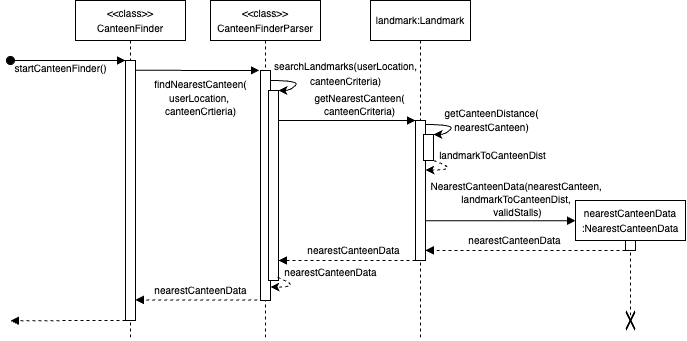
AY2425S2-CS2113-W12-2/tp keeps this draw.io diagram as docs/diagrams/CanteenFinderSequenceDiagram.drawio.png. Above is the earlier version. Source tidied: cells renumbered, new cells last; positions are measured from the earlier drawing's top-left corner, leaving out a move shared by most shapes.
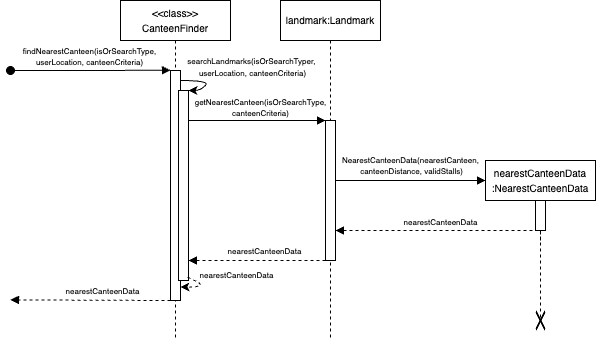
The same diagram one commit later.

Commit message:
Update DG with new Canteen Finder implementation

The edit, as a diff of the source:
```diff
@@ -2,11 +2,11 @@
   <root>
     <mxCell id="0" />
     <mxCell id="1" parent="0" />
-    <mxCell id="2" value="&lt;font style=&quot;font-size: 10px;&quot;&gt;searchLandmarks(userLocation&lt;/font&gt;&lt;span style=&quot;font-size: 10px;&quot;&gt;,&lt;/span&gt;&lt;div&gt;&lt;div&gt;&lt;font style=&quot;font-size: 10px;&quot;&gt;canteenCriteria)&lt;/font&gt;&lt;/div&gt;&lt;/div&gt;" style="text;html=1;align=center;verticalAlign=middle;strokeColor=none;fillColor=none;" parent="1" vertex="1">
-      <mxGeometry x="260" y="53" width="170" height="40" as="geometry" />
+    <mxCell id="2" value="&lt;div style=&quot;line-height: 100%;&quot;&gt;&lt;font style=&quot;font-size: 8px; line-height: 100%;&quot;&gt;&lt;font&gt;searchLandmarks(isOrSearchTyper,&amp;nbsp;&lt;/font&gt;&lt;/font&gt;&lt;/div&gt;&lt;div style=&quot;line-height: 100%;&quot;&gt;&lt;font style=&quot;font-size: 8px; line-height: 100%;&quot;&gt;&lt;font&gt;userLocation&lt;/font&gt;,&amp;nbsp;&lt;/font&gt;&lt;span style=&quot;font-size: 8px; background-color: transparent; color: light-dark(rgb(0, 0, 0), rgb(255, 255, 255));&quot;&gt;canteenCriteria)&lt;/span&gt;&lt;/div&gt;" style="text;html=1;align=center;verticalAlign=middle;strokeColor=none;fillColor=none;" parent="1" vertex="1">
+      <mxGeometry x="77" y="46" width="150" height="40" as="geometry" />
     </mxCell>
-    <mxCell id="3" value="&lt;div&gt;&lt;font style=&quot;font-size: 10px;&quot;&gt;&amp;lt;&amp;lt;class&amp;gt;&amp;gt;&lt;/font&gt;&lt;/div&gt;&lt;font style=&quot;font-size: 10px;&quot;&gt;CanteenFinderParser&lt;/font&gt;" style="shape=umlLifeline;perimeter=lifelinePerimeter;whiteSpace=wrap;html=1;newEdgeStyle={&quot;edgeStyle&quot;:&quot;elbowEdgeStyle&quot;,&quot;elbow&quot;:&quot;vertical&quot;,&quot;curved&quot;:0,&quot;rounded&quot;:0};size=40;" parent="1" vertex="1">
-      <mxGeometry x="210" width="110" height="340" as="geometry" />
+    <mxCell id="3" value="&lt;div&gt;&lt;font style=&quot;font-size: 10px;&quot;&gt;&amp;lt;&amp;lt;class&amp;gt;&amp;gt;&lt;/font&gt;&lt;/div&gt;&lt;font style=&quot;font-size: 10px;&quot;&gt;CanteenFinder&lt;/font&gt;" style="shape=umlLifeline;perimeter=lifelinePerimeter;whiteSpace=wrap;html=1;newEdgeStyle={&quot;edgeStyle&quot;:&quot;elbowEdgeStyle&quot;,&quot;elbow&quot;:&quot;vertical&quot;,&quot;curved&quot;:0,&quot;rounded&quot;:0};size=40;" parent="1" vertex="1">
+      <mxGeometry x="20" width="110" height="340" as="geometry" />
     </mxCell>
     <mxCell id="4" style="html=1;perimeter=orthogonalPerimeter;targetShapes=umlLifeline;newEdgeStyle={&quot;edgeStyle&quot;:&quot;elbowEdgeStyle&quot;,&quot;elbow&quot;:&quot;vertical&quot;,&quot;curved&quot;:0,&quot;rounded&quot;:0};" parent="3" vertex="1">
       <mxGeometry x="50" y="70" width="10" height="230" as="geometry" />
@@ -33,136 +33,96 @@
         </Array>
       </mxGeometry>
     </mxCell>
-    <mxCell id="8" value="&lt;font size=&quot;1&quot;&gt;getNearestCanteen(&lt;/font&gt;&lt;div&gt;&lt;font size=&quot;1&quot;&gt;canteenCriteria)&lt;/font&gt;&lt;/div&gt;" style="html=1;verticalAlign=bottom;endArrow=block;edgeStyle=elbowEdgeStyle;elbow=vertical;curved=0;rounded=0;labelBackgroundColor=none;" parent="1" edge="1" target="10">
-      <mxGeometry x="0.19" relative="1" as="geometry">
-        <mxPoint x="278" y="120" as="sourcePoint" />
+    <mxCell id="8" value="&lt;div style=&quot;line-height: 100%;&quot;&gt;&lt;font style=&quot;font-size: 8px; line-height: 100%;&quot;&gt;getNearestCanteen(isOrSearchType,&lt;/font&gt;&lt;div&gt;&lt;font style=&quot;font-size: 8px; line-height: 100%;&quot;&gt;canteenCriteria)&lt;/font&gt;&lt;/div&gt;&lt;/div&gt;" style="html=1;verticalAlign=bottom;endArrow=block;edgeStyle=elbowEdgeStyle;elbow=vertical;curved=0;rounded=0;labelBackgroundColor=none;" parent="1" edge="1" target="10">
+      <mxGeometry x="0.05" relative="1" as="geometry">
+        <mxPoint x="88" y="120" as="sourcePoint" />
         <Array as="points">
-          <mxPoint x="330" y="120" />
+          <mxPoint x="140" y="120" />
         </Array>
       </mxGeometry>
     </mxCell>
     <mxCell id="9" value="&lt;font size=&quot;1&quot;&gt;landmark:Landmark&lt;/font&gt;" style="shape=umlLifeline;perimeter=lifelinePerimeter;whiteSpace=wrap;html=1;newEdgeStyle={&quot;edgeStyle&quot;:&quot;elbowEdgeStyle&quot;,&quot;elbow&quot;:&quot;vertical&quot;,&quot;curved&quot;:0,&quot;rounded&quot;:0};" parent="1" vertex="1">
-      <mxGeometry x="370" width="100" height="340" as="geometry" />
+      <mxGeometry x="180" width="100" height="340" as="geometry" />
     </mxCell>
     <mxCell id="10" style="html=1;points=[];perimeter=orthogonalPerimeter;outlineConnect=0;targetShapes=umlLifeline;portConstraint=eastwest;newEdgeStyle={&quot;edgeStyle&quot;:&quot;elbowEdgeStyle&quot;,&quot;elbow&quot;:&quot;vertical&quot;,&quot;curved&quot;:0,&quot;rounded&quot;:0};" parent="9" vertex="1">
       <mxGeometry x="45" y="120" width="10" height="140" as="geometry" />
     </mxCell>
     <mxCell id="11" style="html=1;verticalAlign=bottom;endArrow=block;edgeStyle=elbowEdgeStyle;elbow=vertical;curved=0;rounded=0;dashed=1;" parent="1" edge="1" source="10">
       <mxGeometry relative="1" as="geometry">
-        <mxPoint x="278" y="260" as="targetPoint" />
+        <mxPoint x="88" y="260" as="targetPoint" />
         <Array as="points">
-          <mxPoint x="400" y="260" />
-          <mxPoint x="400" y="240" />
-          <mxPoint x="290" y="185" />
+          <mxPoint x="210" y="260" />
+          <mxPoint x="210" y="240" />
+          <mxPoint x="100" y="185" />
         </Array>
       </mxGeometry>
     </mxCell>
-    <mxCell id="12" value="&lt;font style=&quot;font-size: 10px;&quot;&gt;nearestCanteenData&lt;/font&gt;" style="edgeLabel;html=1;align=center;verticalAlign=middle;labelBackgroundColor=none;" parent="11" vertex="1">
+    <mxCell id="12" value="&lt;font style=&quot;font-size: 8px;&quot;&gt;nearestCanteenData&lt;/font&gt;" style="edgeLabel;html=1;align=center;verticalAlign=middle;labelBackgroundColor=none;" parent="11" vertex="1">
       <mxGeometry x="0.28" relative="1" as="geometry">
         <mxPoint x="26" y="-10" as="offset" />
       </mxGeometry>
     </mxCell>
-    <mxCell id="13" value="&lt;font style=&quot;font-size: 10px;&quot;&gt;nearestCanteenData&lt;/font&gt;" style="edgeLabel;html=1;align=center;verticalAlign=middle;labelBackgroundColor=none;" parent="1" vertex="1">
-      <mxGeometry x="339" y="273" as="geometry">
+    <mxCell id="13" value="&lt;font style=&quot;font-size: 8px;&quot;&gt;nearestCanteenData&lt;/font&gt;" style="edgeLabel;html=1;align=center;verticalAlign=middle;labelBackgroundColor=none;" parent="1" vertex="1">
+      <mxGeometry x="145" y="275" as="geometry">
         <mxPoint x="-9" y="-1" as="offset" />
       </mxGeometry>
     </mxCell>
-    <mxCell id="14" style="html=1;verticalAlign=bottom;endArrow=block;edgeStyle=elbowEdgeStyle;elbow=vertical;curved=0;rounded=0;dashed=1;" parent="1" edge="1" source="32">
+    <mxCell id="14" style="html=1;verticalAlign=bottom;endArrow=block;edgeStyle=elbowEdgeStyle;elbow=vertical;curved=0;rounded=0;dashed=1;" parent="1" edge="1">
       <mxGeometry relative="1" as="geometry">
-        <mxPoint x="425" y="250.2" as="targetPoint" />
+        <mxPoint x="440" y="240" as="sourcePoint" />
+        <mxPoint x="235" y="230" as="targetPoint" />
+        <Array as="points">
+          <mxPoint x="380" y="230" />
+          <mxPoint x="360" y="210" />
+        </Array>
       </mxGeometry>
     </mxCell>
-    <mxCell id="15" value="&lt;font style=&quot;font-size: 10px;&quot;&gt;nearestCanteenData&lt;/font&gt;" style="edgeLabel;html=1;align=center;verticalAlign=middle;" parent="14" vertex="1">
+    <mxCell id="15" value="&lt;font style=&quot;font-size: 8px;&quot;&gt;nearestCanteenData&lt;/font&gt;" style="edgeLabel;html=1;align=center;verticalAlign=middle;labelBackgroundColor=none;" parent="14" vertex="1">
       <mxGeometry x="-0.08" relative="1" as="geometry">
-        <mxPoint x="-20" y="-10" as="offset" />
+        <mxPoint x="-12" y="-9" as="offset" />
       </mxGeometry>
     </mxCell>
-    <mxCell id="16" value="&lt;font style=&quot;font-size: 10px;&quot;&gt;nearestCanteenData&lt;/font&gt;" style="html=1;verticalAlign=bottom;endArrow=block;edgeStyle=elbowEdgeStyle;elbow=vertical;curved=0;rounded=0;dashed=1;labelBackgroundColor=none;" parent="1" edge="1">
+    <mxCell id="16" style="html=1;verticalAlign=bottom;endArrow=block;edgeStyle=elbowEdgeStyle;elbow=vertical;curved=0;rounded=0;dashed=1;labelBackgroundColor=none;" parent="1" edge="1">
       <mxGeometry x="0.11" relative="1" as="geometry">
-        <mxPoint x="260" y="278.6" as="sourcePoint" />
-        <mxPoint x="135" y="299.4" as="targetPoint" />
+        <mxPoint x="70" y="300" as="sourcePoint" />
+        <mxPoint x="-90" y="299" as="targetPoint" />
         <Array as="points">
-          <mxPoint x="190" y="299.4" />
+          <mxPoint y="299.4" />
         </Array>
       </mxGeometry>
     </mxCell>
-    <mxCell id="17" value="&lt;font style=&quot;font-size: 10px;&quot;&gt;findNearestCanteen(&lt;/font&gt;&lt;div&gt;&lt;font style=&quot;font-size: 10px;&quot;&gt;userLocation,&amp;nbsp;&lt;/font&gt;&lt;/div&gt;&lt;div&gt;&lt;font style=&quot;font-size: 10px;&quot;&gt;canteenCrtieria)&lt;/font&gt;&lt;/div&gt;" style="html=1;verticalAlign=bottom;startArrow=none;endArrow=block;startSize=8;edgeStyle=elbowEdgeStyle;elbow=vertical;curved=0;rounded=0;startFill=0;labelBackgroundColor=none;" parent="1" edge="1">
-      <mxGeometry x="0.06" y="-50" relative="1" as="geometry">
-        <mxPoint x="134" y="69.8" as="sourcePoint" />
-        <mxPoint x="259" y="69.8" as="targetPoint" />
-      </mxGeometry>
-    </mxCell>
-    <mxCell id="18" value="&lt;div&gt;&lt;font style=&quot;font-size: 10px;&quot;&gt;&amp;lt;&amp;lt;class&amp;gt;&amp;gt;&lt;/font&gt;&lt;/div&gt;&lt;font style=&quot;font-size: 10px;&quot;&gt;CanteenFinder&lt;/font&gt;" style="shape=umlLifeline;perimeter=lifelinePerimeter;whiteSpace=wrap;html=1;newEdgeStyle={&quot;edgeStyle&quot;:&quot;elbowEdgeStyle&quot;,&quot;elbow&quot;:&quot;vertical&quot;,&quot;curved&quot;:0,&quot;rounded&quot;:0};size=40;" parent="1" vertex="1">
-      <mxGeometry x="75" width="110" height="340" as="geometry" />
-    </mxCell>
-    <mxCell id="19" style="html=1;perimeter=orthogonalPerimeter;targetShapes=umlLifeline;newEdgeStyle={&quot;edgeStyle&quot;:&quot;elbowEdgeStyle&quot;,&quot;elbow&quot;:&quot;vertical&quot;,&quot;curved&quot;:0,&quot;rounded&quot;:0};" parent="18" vertex="1">
-      <mxGeometry x="50" y="60" width="10" height="260" as="geometry" />
-    </mxCell>
-    <mxCell id="20" value="&lt;font style=&quot;font-size: 10px;&quot;&gt;startCanteenFinder()&lt;/font&gt;" style="text;html=1;align=center;verticalAlign=middle;points=[];strokeColor=none;fillColor=none;" parent="1" vertex="1">
-      <mxGeometry y="53" width="120" height="30" as="geometry" />
-    </mxCell>
-    <mxCell id="21" style="html=1;verticalAlign=bottom;startArrow=oval;endArrow=block;startSize=8;edgeStyle=elbowEdgeStyle;elbow=horizontal;curved=0;rounded=0;startFill=1;exitX=0.083;exitY=0.233;exitDx=0;exitDy=0;exitPerimeter=0;" parent="1" edge="1" source="20">
+    <mxCell id="21" style="html=1;verticalAlign=bottom;startArrow=oval;endArrow=block;startSize=8;edgeStyle=elbowEdgeStyle;elbow=horizontal;curved=0;rounded=0;startFill=1;" parent="1" edge="1">
       <mxGeometry x="0.06" y="-50" relative="1" as="geometry">
-        <mxPoint x="125" y="60" as="targetPoint" />
+        <mxPoint x="-90" y="70" as="sourcePoint" />
+        <mxPoint x="70" y="69.7" as="targetPoint" />
       </mxGeometry>
     </mxCell>
-    <mxCell id="22" style="html=1;verticalAlign=bottom;endArrow=block;edgeStyle=elbowEdgeStyle;elbow=vertical;curved=0;rounded=0;dashed=1;" parent="1" edge="1">
-      <mxGeometry relative="1" as="geometry">
-        <mxPoint x="125" y="320" as="sourcePoint" />
-        <mxPoint x="10" y="320.2" as="targetPoint" />
-      </mxGeometry>
-    </mxCell>
     <mxCell id="23" style="shape=mxgraph.mockup.markup.redX;fillColor=#000000;html=1;shadow=0;whiteSpace=wrap;strokeColor=none;rotation=90;" parent="1" vertex="1">
-      <mxGeometry x="620" y="315" width="20" height="10" as="geometry" />
+      <mxGeometry x="430" y="315" width="20" height="10" as="geometry" />
     </mxCell>
-    <mxCell id="24" style="html=1;perimeter=orthogonalPerimeter;targetShapes=umlLifeline;newEdgeStyle={&quot;edgeStyle&quot;:&quot;elbowEdgeStyle&quot;,&quot;elbow&quot;:&quot;vertical&quot;,&quot;curved&quot;:0,&quot;rounded&quot;:0};" parent="1" vertex="1">
-      <mxGeometry x="423" y="134" width="10" height="26" as="geometry" />
-    </mxCell>
-    <mxCell id="25" style="curved=1;endArrow=classic;html=1;rounded=0;" parent="1" edge="1">
-      <mxGeometry relative="1" as="geometry">
-        <mxPoint x="425" y="124" as="sourcePoint" />
-        <mxPoint x="433" y="134" as="targetPoint" />
-        <Array as="points">
-          <mxPoint x="455" y="124" />
-          <mxPoint x="445" y="134" />
-        </Array>
-      </mxGeometry>
-    </mxCell>
-    <mxCell id="26" value="&lt;font style=&quot;font-size: 10px;&quot;&gt;getCanteenDistance(&lt;/font&gt;&lt;div&gt;&lt;font style=&quot;font-size: 10px;&quot;&gt;nearestCanteen)&lt;/font&gt;&lt;/div&gt;" style="edgeLabel;html=1;align=center;verticalAlign=middle;labelBackgroundColor=none;" parent="25" vertex="1">
-      <mxGeometry x="0.28" y="-1" relative="1" as="geometry">
-        <mxPoint x="40" y="-8" as="offset" />
-      </mxGeometry>
-    </mxCell>
-    <mxCell id="27" style="curved=1;endArrow=classic;html=1;rounded=0;dashed=1;" parent="1" edge="1">
-      <mxGeometry relative="1" as="geometry">
-        <mxPoint x="433" y="160" as="sourcePoint" />
-        <mxPoint x="425" y="169.5" as="targetPoint" />
-        <Array as="points">
-          <mxPoint x="447" y="165" />
-          <mxPoint x="447" y="169.5" />
-        </Array>
-      </mxGeometry>
-    </mxCell>
-    <mxCell id="28" value="&lt;span style=&quot;font-size: x-small;&quot;&gt;landmarkToCanteenDist&lt;/span&gt;" style="edgeLabel;html=1;align=center;verticalAlign=middle;labelBackgroundColor=none;" parent="27" vertex="1">
-      <mxGeometry x="-0.46" y="-1" relative="1" as="geometry">
-        <mxPoint x="48" y="-10" as="offset" />
-      </mxGeometry>
-    </mxCell>
-    <mxCell id="29" style="html=1;verticalAlign=bottom;endArrow=block;edgeStyle=elbowEdgeStyle;elbow=vertical;curved=0;rounded=0;labelBackgroundColor=none;" parent="1" edge="1" source="10">
+    <mxCell id="29" style="html=1;verticalAlign=bottom;endArrow=block;edgeStyle=elbowEdgeStyle;elbow=vertical;curved=0;rounded=0;labelBackgroundColor=none;" parent="1" edge="1">
       <mxGeometry x="-0.03" relative="1" as="geometry">
-        <mxPoint x="575" y="220" as="targetPoint" />
+        <mxPoint x="235" y="180" as="sourcePoint" />
+        <mxPoint x="385" y="180" as="targetPoint" />
+        <Array as="points">
+          <mxPoint x="345" y="180" />
+        </Array>
       </mxGeometry>
     </mxCell>
-    <mxCell id="30" value="&lt;font style=&quot;font-size: 10px;&quot;&gt;NearestCanteenData(&lt;/font&gt;&lt;span style=&quot;font-size: 10px; background-color: transparent; color: light-dark(rgb(0, 0, 0), rgb(255, 255, 255));&quot;&gt;nearestCanteen,&amp;nbsp;&lt;/span&gt;&lt;div style=&quot;&quot;&gt;&lt;div&gt;&lt;font style=&quot;font-size: 10px;&quot;&gt;landmarkToCanteenDist,&amp;nbsp;&lt;/font&gt;&lt;/div&gt;&lt;div&gt;&lt;font style=&quot;font-size: 10px;&quot;&gt;validStalls)&lt;/font&gt;&lt;/div&gt;&lt;/div&gt;" style="edgeLabel;html=1;align=center;verticalAlign=middle;labelBackgroundColor=none;" parent="29" vertex="1">
-      <mxGeometry x="-0.03" y="-1" relative="1" as="geometry">
-        <mxPoint x="19" y="-23" as="offset" />
-      </mxGeometry>
-    </mxCell>
     <mxCell id="31" value="&lt;div&gt;&lt;font size=&quot;1&quot;&gt;nearestCanteenData&lt;/font&gt;&lt;/div&gt;&lt;font size=&quot;1&quot;&gt;:NearestCanteenData&lt;/font&gt;" style="shape=umlLifeline;perimeter=lifelinePerimeter;whiteSpace=wrap;html=1;newEdgeStyle={&quot;edgeStyle&quot;:&quot;elbowEdgeStyle&quot;,&quot;elbow&quot;:&quot;vertical&quot;,&quot;curved&quot;:0,&quot;rounded&quot;:0};" parent="1" vertex="1">
-      <mxGeometry x="575" y="200" width="110" height="120" as="geometry" />
+      <mxGeometry x="385" y="160" width="110" height="160" as="geometry" />
     </mxCell>
     <mxCell id="32" style="html=1;points=[];perimeter=orthogonalPerimeter;outlineConnect=0;targetShapes=umlLifeline;portConstraint=eastwest;newEdgeStyle={&quot;edgeStyle&quot;:&quot;elbowEdgeStyle&quot;,&quot;elbow&quot;:&quot;vertical&quot;,&quot;curved&quot;:0,&quot;rounded&quot;:0};" parent="31" vertex="1">
-      <mxGeometry x="50" y="40" width="10" height="10" as="geometry" />
+      <mxGeometry x="50" y="40" width="10" height="30" as="geometry" />
     </mxCell>
+    <mxCell id="33" value="&lt;font style=&quot;font-size: 8px;&quot;&gt;nearestCanteenData&lt;/font&gt;" style="edgeLabel;html=1;align=center;verticalAlign=middle;labelBackgroundColor=none;" parent="1" vertex="1">
+      <mxGeometry x="2" y="290" as="geometry" />
+    </mxCell>
+    <mxCell id="34" value="&lt;div style=&quot;line-height: 100%;&quot;&gt;&lt;font style=&quot;font-size: 8px; line-height: 100%;&quot;&gt;findNearestCanteen(isOrSearchType,&lt;/font&gt;&lt;div&gt;&lt;font style=&quot;font-size: 8px; line-height: 100%;&quot;&gt;userLocation, canteenCriteria)&lt;/font&gt;&lt;/div&gt;&lt;/div&gt;" style="edgeLabel;html=1;align=center;verticalAlign=middle;labelBackgroundColor=none;" parent="1" vertex="1">
+      <mxGeometry x="-11" y="55" as="geometry" />
+    </mxCell>
+    <mxCell id="35" value="&lt;div style=&quot;line-height: 100%;&quot;&gt;&lt;font style=&quot;font-size: 8px; line-height: 100%;&quot;&gt;NearestCanteenData(&lt;span style=&quot;background-color: transparent; color: light-dark(rgb(0, 0, 0), rgb(255, 255, 255));&quot;&gt;nearestCanteen,&amp;nbsp;&lt;/span&gt;&lt;/font&gt;&lt;div&gt;&lt;font style=&quot;font-size: 8px; line-height: 100%;&quot;&gt;&lt;span style=&quot;background-color: transparent; color: light-dark(rgb(0, 0, 0), rgb(255, 255, 255));&quot;&gt;canteenDistance&lt;/span&gt;,&amp;nbsp;&lt;/font&gt;&lt;span style=&quot;font-size: 8px; background-color: transparent; color: light-dark(rgb(0, 0, 0), rgb(255, 255, 255)); line-height: 100%;&quot;&gt;validStalls)&lt;/span&gt;&lt;/div&gt;&lt;/div&gt;" style="edgeLabel;html=1;align=center;verticalAlign=middle;labelBackgroundColor=none;" parent="1" vertex="1">
+      <mxGeometry x="311" y="164" as="geometry" />
+    </mxCell>
   </root>
 </mxGraphModel>
```
